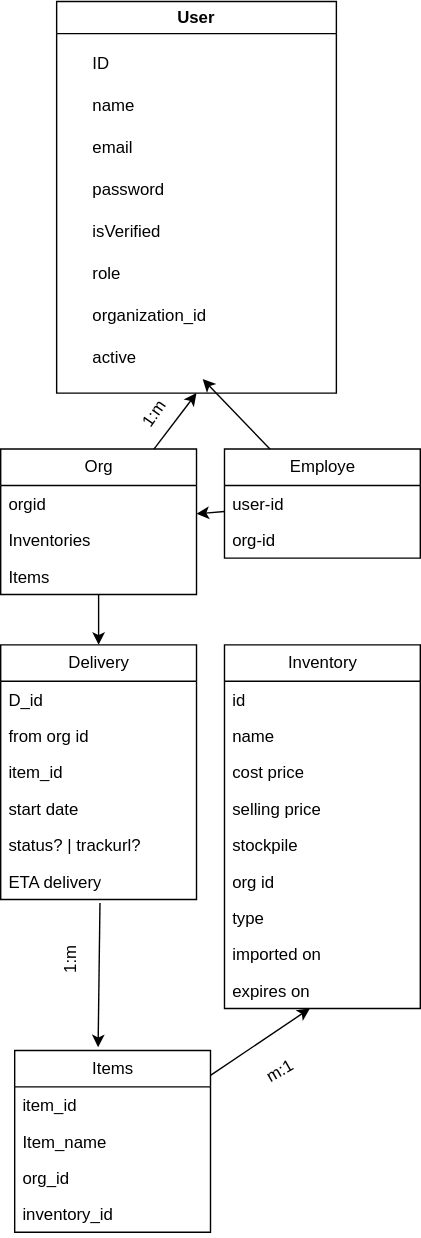
GaurangTyagi123/logisick keeps this draw.io diagram as org.drawio.svg. Above is the earlier version. Source tidied: cells renumbered, new cells last; positions are measured from the earlier drawing's top-left corner, leaving out a move shared by most shapes.
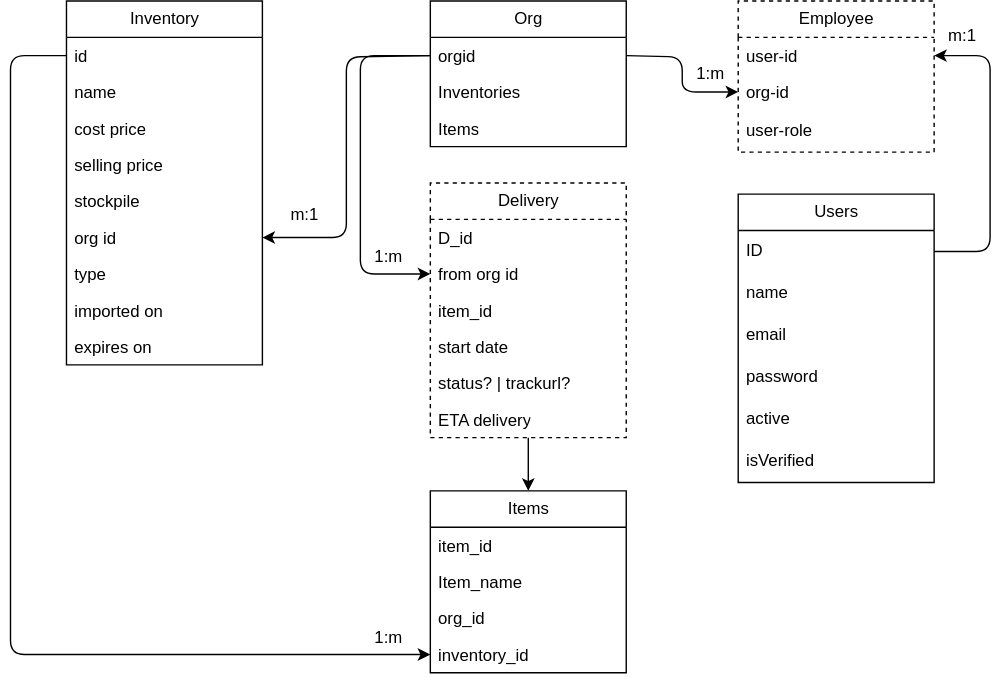
After the commit.

Commit message:
FIX : frontend change and reset password forms and api handling

What changed in the source:
```diff
@@ -2,14 +2,8 @@
   <root>
     <mxCell id="0" />
     <mxCell id="1" parent="0" />
-    <mxCell id="2" style="edgeStyle=none;html=1;entryX=0.5;entryY=1;entryDx=0;entryDy=0;" parent="1" edge="1" source="4" target="30">
-      <mxGeometry relative="1" as="geometry" />
-    </mxCell>
-    <mxCell id="3" style="edgeStyle=none;html=1;entryX=0.5;entryY=0;entryDx=0;entryDy=0;" parent="1" edge="1" source="4" target="13">
-      <mxGeometry relative="1" as="geometry" />
-    </mxCell>
     <mxCell id="4" value="Org" style="swimlane;fontStyle=0;horizontal=1;startSize=26;fillColor=none;html=1;" parent="1" vertex="1">
-      <mxGeometry y="320" width="140" height="104" as="geometry" />
+      <mxGeometry x="-850" y="310" width="140" height="104" as="geometry" />
     </mxCell>
     <mxCell id="5" value="orgid" style="text;strokeColor=none;fillColor=none;align=left;verticalAlign=top;spacingLeft=4;spacingRight=4;overflow=hidden;points=[[0,0.5],[1,0.5]];portConstraint=eastwest;whiteSpace=wrap;html=1;" parent="4" vertex="1">
       <mxGeometry y="26" width="140" height="26" as="geometry" />
@@ -20,14 +14,8 @@
     <mxCell id="7" value="Items" style="text;strokeColor=none;fillColor=none;align=left;verticalAlign=top;spacingLeft=4;spacingRight=4;overflow=hidden;whiteSpace=wrap;html=1;" parent="4" vertex="1">
       <mxGeometry y="78" width="140" height="26" as="geometry" />
     </mxCell>
-    <mxCell id="8" style="edgeStyle=none;html=1;" parent="1" edge="1" source="10" target="38">
-      <mxGeometry relative="1" as="geometry" />
-    </mxCell>
-    <mxCell id="9" style="edgeStyle=none;html=1;" parent="1" edge="1" source="10" target="4">
-      <mxGeometry relative="1" as="geometry" />
-    </mxCell>
-    <mxCell id="10" value="Employe" style="swimlane;fontStyle=0;horizontal=1;startSize=26;fillColor=none;html=1;" parent="1" vertex="1">
-      <mxGeometry x="160" y="320" width="140" height="78" as="geometry" />
+    <mxCell id="10" value="Employee" style="swimlane;fontStyle=0;horizontal=1;startSize=26;fillColor=none;html=1;dashed=1;" parent="1" vertex="1">
+      <mxGeometry x="-630" y="310" width="140" height="108" as="geometry" />
     </mxCell>
     <mxCell id="11" value="user-id" style="text;strokeColor=none;fillColor=none;align=left;verticalAlign=top;spacingLeft=4;spacingRight=4;overflow=hidden;points=[[0,0.5],[1,0.5]];portConstraint=eastwest;whiteSpace=wrap;html=1;" parent="10" vertex="1">
       <mxGeometry y="26" width="140" height="26" as="geometry" />
@@ -35,8 +23,14 @@
     <mxCell id="12" value="org-id" style="text;strokeColor=none;fillColor=none;align=left;verticalAlign=top;spacingLeft=4;spacingRight=4;overflow=hidden;points=[[0,0.5],[1,0.5]];portConstraint=eastwest;whiteSpace=wrap;html=1;" parent="10" vertex="1">
       <mxGeometry y="52" width="140" height="26" as="geometry" />
     </mxCell>
+    <mxCell id="36" value="user-role" style="text;strokeColor=none;fillColor=none;align=left;verticalAlign=middle;spacingLeft=4;spacingRight=4;overflow=hidden;whiteSpace=wrap;html=1;" parent="10" vertex="1">
+      <mxGeometry y="78" width="140" height="30" as="geometry" />
+    </mxCell>
+    <mxCell id="49" style="edgeStyle=none;html=1;exitX=0.5;exitY=1;exitDx=0;exitDy=0;entryX=0.5;entryY=0;entryDx=0;entryDy=0;" parent="1" edge="1" source="13" target="39">
+      <mxGeometry relative="1" as="geometry" />
+    </mxCell>
-    <mxCell id="13" value="Delivery" style="swimlane;fontStyle=0;horizontal=1;startSize=26;fillColor=none;html=1;" parent="1" vertex="1">
-      <mxGeometry y="460" width="140" height="182" as="geometry" />
+    <mxCell id="13" value="Delivery" style="swimlane;fontStyle=0;horizontal=1;startSize=26;fillColor=none;html=1;dashed=1;" parent="1" vertex="1">
+      <mxGeometry x="-850" y="440" width="140" height="182" as="geometry" />
     </mxCell>
     <mxCell id="14" value="D_id" style="text;strokeColor=none;fillColor=none;align=left;verticalAlign=top;spacingLeft=4;spacingRight=4;overflow=hidden;whiteSpace=wrap;html=1;" parent="13" vertex="1">
       <mxGeometry y="26" width="140" height="26" as="geometry" />
@@ -57,7 +51,7 @@
       <mxGeometry y="156" width="140" height="26" as="geometry" />
     </mxCell>
     <mxCell id="20" value="Inventory" style="swimlane;fontStyle=0;horizontal=1;startSize=26;fillColor=none;html=1;" parent="1" vertex="1">
-      <mxGeometry x="160" y="460" width="140" height="260" as="geometry" />
+      <mxGeometry x="-1110" y="310" width="140" height="260" as="geometry" />
     </mxCell>
     <mxCell id="21" value="id" style="text;strokeColor=none;fillColor=none;align=left;verticalAlign=top;spacingLeft=4;spacingRight=4;overflow=hidden;points=[[0,0.5],[1,0.5]];portConstraint=eastwest;whiteSpace=wrap;html=1;" parent="20" vertex="1">
       <mxGeometry y="26" width="140" height="26" as="geometry" />
@@ -86,35 +80,8 @@
     <mxCell id="29" value="expires on" style="text;strokeColor=none;fillColor=none;align=left;verticalAlign=top;spacingLeft=4;spacingRight=4;overflow=hidden;points=[[0,0.5],[1,0.5]];portConstraint=eastwest;whiteSpace=wrap;html=1;" parent="20" vertex="1">
       <mxGeometry y="234" width="140" height="26" as="geometry" />
     </mxCell>
-    <mxCell id="30" value="User" style="swimlane;whiteSpace=wrap;html=1;" parent="1" vertex="1">
-      <mxGeometry x="40" width="200" height="280" as="geometry" />
-    </mxCell>
-    <mxCell id="31" value="ID" style="text;strokeColor=none;fillColor=none;align=left;verticalAlign=middle;spacingLeft=4;spacingRight=4;overflow=hidden;points=[[0,0.5],[1,0.5]];portConstraint=eastwest;whiteSpace=wrap;html=1;" parent="30" vertex="1">
-      <mxGeometry x="20" y="30" width="140" height="30" as="geometry" />
-    </mxCell>
-    <mxCell id="32" value="name" style="text;strokeColor=none;fillColor=none;align=left;verticalAlign=middle;spacingLeft=4;spacingRight=4;overflow=hidden;whiteSpace=wrap;html=1;" parent="30" vertex="1">
-      <mxGeometry x="20" y="60" width="140" height="30" as="geometry" />
-    </mxCell>
-    <mxCell id="33" value="email" style="text;strokeColor=none;fillColor=none;align=left;verticalAlign=middle;spacingLeft=4;spacingRight=4;overflow=hidden;whiteSpace=wrap;html=1;" parent="30" vertex="1">
-      <mxGeometry x="20" y="90" width="140" height="30" as="geometry" />
-    </mxCell>
-    <mxCell id="34" value="password" style="text;strokeColor=none;fillColor=none;align=left;verticalAlign=middle;spacingLeft=4;spacingRight=4;overflow=hidden;whiteSpace=wrap;html=1;" parent="30" vertex="1">
-      <mxGeometry x="20" y="120" width="140" height="30" as="geometry" />
-    </mxCell>
-    <mxCell id="35" value="isVerified" style="text;strokeColor=none;fillColor=none;align=left;verticalAlign=middle;spacingLeft=4;spacingRight=4;overflow=hidden;whiteSpace=wrap;html=1;" parent="30" vertex="1">
-      <mxGeometry x="20" y="150" width="140" height="30" as="geometry" />
-    </mxCell>
-    <mxCell id="36" value="role" style="text;strokeColor=none;fillColor=none;align=left;verticalAlign=middle;spacingLeft=4;spacingRight=4;overflow=hidden;whiteSpace=wrap;html=1;" parent="30" vertex="1">
-      <mxGeometry x="20" y="180" width="140" height="30" as="geometry" />
-    </mxCell>
-    <mxCell id="37" value="organization_id" style="text;strokeColor=none;fillColor=none;align=left;verticalAlign=middle;spacingLeft=4;spacingRight=4;overflow=hidden;whiteSpace=wrap;html=1;" parent="30" vertex="1">
-      <mxGeometry x="20" y="210" width="140" height="30" as="geometry" />
-    </mxCell>
-    <mxCell id="38" value="active" style="text;strokeColor=none;fillColor=none;align=left;verticalAlign=middle;spacingLeft=4;spacingRight=4;overflow=hidden;points=[[0,0.5],[1,0.5]];portConstraint=eastwest;whiteSpace=wrap;html=1;" parent="30" vertex="1">
-      <mxGeometry x="20" y="240" width="140" height="30" as="geometry" />
-    </mxCell>
     <mxCell id="39" value="Items" style="swimlane;fontStyle=0;horizontal=1;startSize=26;fillColor=none;html=1;" parent="1" vertex="1">
-      <mxGeometry x="10" y="750" width="140" height="130" as="geometry" />
+      <mxGeometry x="-850" y="660" width="140" height="130" as="geometry" />
     </mxCell>
     <mxCell id="40" value="item_id" style="text;strokeColor=none;fillColor=none;align=left;verticalAlign=top;spacingLeft=4;spacingRight=4;overflow=hidden;whiteSpace=wrap;html=1;" parent="39" vertex="1">
       <mxGeometry y="26" width="140" height="26" as="geometry" />
@@ -128,20 +95,81 @@
     <mxCell id="43" value="inventory_id" style="text;strokeColor=none;fillColor=none;align=left;verticalAlign=top;spacingLeft=4;spacingRight=4;overflow=hidden;points=[[0,0.5],[1,0.5]];portConstraint=eastwest;whiteSpace=wrap;html=1;" parent="39" vertex="1">
       <mxGeometry y="104" width="140" height="26" as="geometry" />
     </mxCell>
-    <mxCell id="44" value="1:m" style="text;html=1;align=center;verticalAlign=middle;whiteSpace=wrap;rounded=0;rotation=-55;" parent="1" vertex="1">
-      <mxGeometry x="80" y="280" width="60" height="30" as="geometry" />
-    </mxCell>
-    <mxCell id="45" style="edgeStyle=none;html=1;entryX=0.436;entryY=0.998;entryDx=0;entryDy=0;entryPerimeter=0;" parent="1" edge="1" source="39" target="29">
-      <mxGeometry relative="1" as="geometry" />
-    </mxCell>
-    <mxCell id="46" value="m:1" style="text;html=1;align=center;verticalAlign=middle;whiteSpace=wrap;rounded=0;rotation=-30;" parent="1" vertex="1">
-      <mxGeometry x="170" y="750" width="60" height="30" as="geometry" />
-    </mxCell>
-    <mxCell id="47" style="edgeStyle=none;html=1;entryX=0.426;entryY=-0.018;entryDx=0;entryDy=0;entryPerimeter=0;exitX=0.507;exitY=1.097;exitDx=0;exitDy=0;exitPerimeter=0;" parent="1" edge="1" source="19" target="39">
-      <mxGeometry relative="1" as="geometry" />
-    </mxCell>
-    <mxCell id="48" value="1:m" style="text;html=1;align=center;verticalAlign=middle;whiteSpace=wrap;rounded=0;rotation=-90;" parent="1" vertex="1">
-      <mxGeometry x="20" y="670" width="60" height="30" as="geometry" />
-    </mxCell>
+    <mxCell id="50" style="edgeStyle=none;html=1;exitX=1;exitY=0.5;exitDx=0;exitDy=0;entryX=0;entryY=0.5;entryDx=0;entryDy=0;" parent="1" edge="1" source="5" target="12">
+      <mxGeometry relative="1" as="geometry">
+        <Array as="points">
+          <mxPoint x="-670" y="350" />
+          <mxPoint x="-670" y="375" />
+        </Array>
+      </mxGeometry>
+    </mxCell>
+    <mxCell id="51" value="1:m" style="text;html=1;align=center;verticalAlign=middle;strokeColor=none;fillColor=none;rotation=0;" parent="1" vertex="1">
+      <mxGeometry x="-670" y="347" width="40" height="30" as="geometry" />
+    </mxCell>
+    <mxCell id="52" value="m:1" style="text;html=1;align=center;verticalAlign=middle;strokeColor=none;fillColor=none;" parent="1" vertex="1">
+      <mxGeometry x="-490" y="320" width="40" height="30" as="geometry" />
+    </mxCell>
+    <mxCell id="53" style="edgeStyle=none;html=1;exitX=0;exitY=0.5;exitDx=0;exitDy=0;entryX=0;entryY=0.5;entryDx=0;entryDy=0;" parent="1" edge="1" source="5" target="15">
+      <mxGeometry relative="1" as="geometry">
+        <Array as="points">
+          <mxPoint x="-900" y="349" />
+          <mxPoint x="-900" y="505" />
+        </Array>
+      </mxGeometry>
+    </mxCell>
+    <mxCell id="54" value="1:m" style="text;html=1;align=center;verticalAlign=middle;strokeColor=none;fillColor=none;" parent="1" vertex="1">
+      <mxGeometry x="-900" y="478" width="40" height="30" as="geometry" />
+    </mxCell>
+    <mxCell id="55" style="edgeStyle=none;html=1;exitX=0;exitY=0.5;exitDx=0;exitDy=0;entryX=0;entryY=0.5;entryDx=0;entryDy=0;" parent="1" edge="1" source="21" target="43">
+      <mxGeometry relative="1" as="geometry">
+        <Array as="points">
+          <mxPoint x="-1150" y="349" />
+          <mxPoint x="-1150" y="777" />
+        </Array>
+      </mxGeometry>
+    </mxCell>
+    <mxCell id="56" style="edgeStyle=none;html=1;exitX=0;exitY=0.5;exitDx=0;exitDy=0;entryX=1;entryY=0.5;entryDx=0;entryDy=0;" parent="1" edge="1" source="5" target="26">
+      <mxGeometry relative="1" as="geometry">
+        <Array as="points">
+          <mxPoint x="-910" y="350" />
+          <mxPoint x="-910" y="479" />
+        </Array>
+      </mxGeometry>
+    </mxCell>
+    <mxCell id="57" value="m:1" style="text;html=1;align=center;verticalAlign=middle;strokeColor=none;fillColor=none;" parent="1" vertex="1">
+      <mxGeometry x="-960" y="448" width="40" height="30" as="geometry" />
+    </mxCell>
+    <mxCell id="58" value="Users" style="swimlane;fontStyle=0;horizontal=1;startSize=26;fillColor=none;html=1;" parent="1" vertex="1">
+      <mxGeometry x="-630" y="448" width="140" height="206" as="geometry" />
+    </mxCell>
+    <mxCell id="31" value="ID" style="text;strokeColor=none;fillColor=none;align=left;verticalAlign=middle;spacingLeft=4;spacingRight=4;overflow=hidden;points=[[0,0.5],[1,0.5]];portConstraint=eastwest;whiteSpace=wrap;html=1;" parent="58" vertex="1">
+      <mxGeometry y="26" width="140" height="30" as="geometry" />
+    </mxCell>
+    <mxCell id="32" value="name" style="text;strokeColor=none;fillColor=none;align=left;verticalAlign=middle;spacingLeft=4;spacingRight=4;overflow=hidden;whiteSpace=wrap;html=1;" parent="58" vertex="1">
+      <mxGeometry y="56" width="140" height="30" as="geometry" />
+    </mxCell>
+    <mxCell id="33" value="email" style="text;strokeColor=none;fillColor=none;align=left;verticalAlign=middle;spacingLeft=4;spacingRight=4;overflow=hidden;whiteSpace=wrap;html=1;" parent="58" vertex="1">
+      <mxGeometry y="86" width="140" height="30" as="geometry" />
+    </mxCell>
+    <mxCell id="34" value="password" style="text;strokeColor=none;fillColor=none;align=left;verticalAlign=middle;spacingLeft=4;spacingRight=4;overflow=hidden;whiteSpace=wrap;html=1;" parent="58" vertex="1">
+      <mxGeometry y="116" width="140" height="30" as="geometry" />
+    </mxCell>
+    <mxCell id="38" value="active" style="text;strokeColor=none;fillColor=none;align=left;verticalAlign=middle;spacingLeft=4;spacingRight=4;overflow=hidden;points=[[0,0.5],[1,0.5]];portConstraint=eastwest;whiteSpace=wrap;html=1;" parent="58" vertex="1">
+      <mxGeometry y="146" width="140" height="30" as="geometry" />
+    </mxCell>
+    <mxCell id="35" value="isVerified" style="text;strokeColor=none;fillColor=none;align=left;verticalAlign=middle;spacingLeft=4;spacingRight=4;overflow=hidden;whiteSpace=wrap;html=1;" parent="58" vertex="1">
+      <mxGeometry y="176" width="140" height="30" as="geometry" />
+    </mxCell>
+    <mxCell id="59" style="edgeStyle=none;html=1;exitX=1;exitY=0.5;exitDx=0;exitDy=0;entryX=1;entryY=0.5;entryDx=0;entryDy=0;" parent="1" edge="1" source="31" target="11">
+      <mxGeometry relative="1" as="geometry">
+        <Array as="points">
+          <mxPoint x="-450" y="489" />
+          <mxPoint x="-450" y="349" />
+        </Array>
+      </mxGeometry>
+    </mxCell>
+    <mxCell id="60" value="1:m" style="text;html=1;align=center;verticalAlign=middle;strokeColor=none;fillColor=none;" parent="1" vertex="1">
+      <mxGeometry x="-900" y="750" width="40" height="30" as="geometry" />
+    </mxCell>
   </root>
 </mxGraphModel>
```
